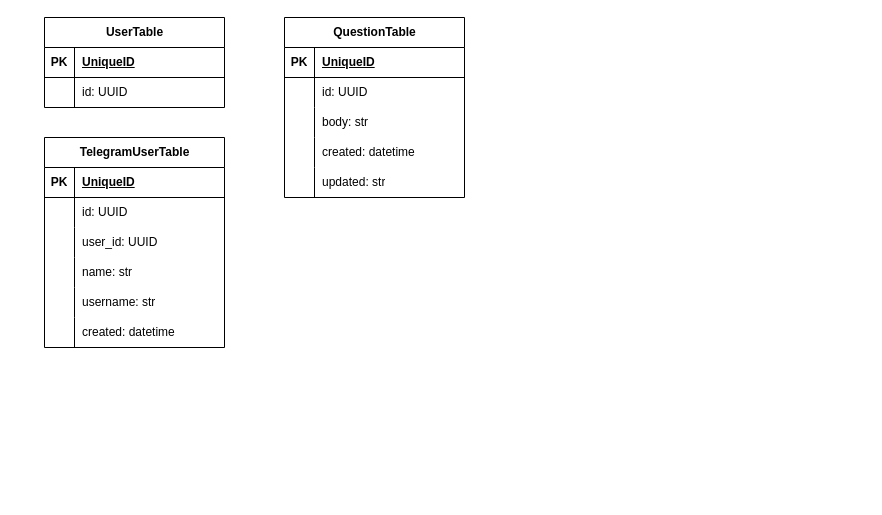
KmvRoman/Diagrams keeps this draw.io diagram as page "Страница — 3" (3 of 3) of match.drawio. Above is the earlier version. Source tidied: cells renumbered, new cells numbered last; positions are measured from the earlier drawing's top-left corner, leaving out a move shared by most shapes. Both pictures are drawn from the tidied source at 100%, with x=0, y=0 at pixel (44, 17).
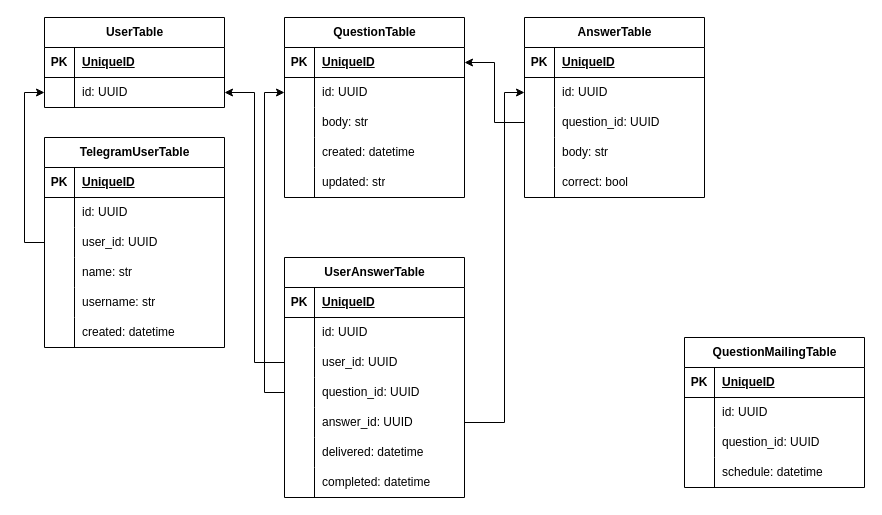
Above is the later version.

The change refers to these unchanged cells:
```xml
<mxCell id="6" style="shape=tableRow;horizontal=0;startSize=0;swimlaneHead=0;swimlaneBody=0;fillColor=none;points=[[0,0.5],[1,0.5]];portConstraint=eastwest;top=0;left=0;right=0;bottom=0;" parent="2" vertex="1">
  <mxGeometry y="60" width="180" height="30" as="geometry" />
</mxCell>
<mxCell id="16" style="shape=tableRow;horizontal=0;startSize=0;swimlaneHead=0;swimlaneBody=0;fillColor=none;points=[[0,0.5],[1,0.5]];portConstraint=eastwest;top=0;left=0;right=0;bottom=0;" parent="9" vertex="1">
  <mxGeometry y="90" width="180" height="30" as="geometry" />
</mxCell>
<mxCell id="29" style="shape=tableRow;horizontal=0;startSize=0;swimlaneHead=0;swimlaneBody=0;fillColor=none;points=[[0,0.5],[1,0.5]];portConstraint=eastwest;top=0;left=0;right=0;bottom=1;" parent="28" vertex="1">
  <mxGeometry y="30" width="180" height="30" as="geometry" />
</mxCell>
<mxCell id="32" style="shape=tableRow;horizontal=0;startSize=0;swimlaneHead=0;swimlaneBody=0;fillColor=none;points=[[0,0.5],[1,0.5]];portConstraint=eastwest;top=0;left=0;right=0;bottom=0;" parent="28" vertex="1">
  <mxGeometry y="60" width="180" height="30" as="geometry" />
</mxCell>
```

Diff of the diagram source:
```diff
@@
+    <mxCell id="44" value="AnswerTable" style="shape=table;startSize=30;childLayout=tableLayout;rowLines=0;fontStyle=1;align=center;html=1;" parent="1" vertex="1">
+      <mxGeometry x="480" width="180" height="180" as="geometry" />
+    </mxCell>
+    <mxCell id="45" style="shape=tableRow;horizontal=0;startSize=0;swimlaneHead=0;swimlaneBody=0;fillColor=none;top=0;left=0;right=0;bottom=1;" parent="44" vertex="1">
+      <mxGeometry y="30" width="180" height="30" as="geometry" />
+    </mxCell>
+    <mxCell id="46" value="PK" style="shape=partialRectangle;fillColor=none;top=0;left=0;bottom=0;right=0;fontStyle=1;overflow=hidden;whiteSpace=wrap;html=1;" parent="45" vertex="1">
+      <mxGeometry width="30" height="30" as="geometry" />
+    </mxCell>
+    <mxCell id="47" value="UniqueID" style="shape=partialRectangle;fillColor=none;top=0;left=0;bottom=0;right=0;align=left;spacingLeft=6;fontStyle=5;overflow=hidden;whiteSpace=wrap;html=1;" parent="45" vertex="1">
+      <mxGeometry x="30" width="150" height="30" as="geometry" />
+    </mxCell>
+    <mxCell id="48" style="shape=tableRow;horizontal=0;startSize=0;swimlaneHead=0;swimlaneBody=0;fillColor=none;points=[[0,0.5],[1,0.5]];portConstraint=eastwest;top=0;left=0;right=0;bottom=0;" parent="44" vertex="1">
+      <mxGeometry y="60" width="180" height="30" as="geometry" />
+    </mxCell>
+    <mxCell id="49" style="shape=partialRectangle;fillColor=none;top=0;left=0;bottom=0;right=0;overflow=hidden;whiteSpace=wrap;html=1;" parent="48" vertex="1">
+      <mxGeometry width="30" height="30" as="geometry" />
+    </mxCell>
+    <mxCell id="50" value="id: UUID" style="shape=partialRectangle;fillColor=none;top=0;left=0;bottom=0;right=0;align=left;spacingLeft=6;overflow=hidden;whiteSpace=wrap;html=1;" parent="48" vertex="1">
+      <mxGeometry x="30" width="150" height="30" as="geometry" />
+    </mxCell>
+    <mxCell id="51" style="shape=tableRow;horizontal=0;startSize=0;swimlaneHead=0;swimlaneBody=0;fillColor=none;points=[[0,0.5],[1,0.5]];portConstraint=eastwest;top=0;left=0;right=0;bottom=0;" parent="44" vertex="1">
+      <mxGeometry y="90" width="180" height="30" as="geometry" />
+    </mxCell>
+    <mxCell id="52" style="shape=partialRectangle;fillColor=none;top=0;left=0;bottom=0;right=0;overflow=hidden;whiteSpace=wrap;html=1;" parent="51" vertex="1">
+      <mxGeometry width="30" height="30" as="geometry" />
+    </mxCell>
+    <mxCell id="53" value="question_id: UUID" style="shape=partialRectangle;fillColor=none;top=0;left=0;bottom=0;right=0;align=left;spacingLeft=6;overflow=hidden;whiteSpace=wrap;html=1;" parent="51" vertex="1">
+      <mxGeometry x="30" width="150" height="30" as="geometry" />
+    </mxCell>
+    <mxCell id="54" style="shape=tableRow;horizontal=0;startSize=0;swimlaneHead=0;swimlaneBody=0;fillColor=none;top=0;left=0;right=0;bottom=0;" parent="44" vertex="1">
+      <mxGeometry y="120" width="180" height="30" as="geometry" />
+    </mxCell>
+    <mxCell id="55" style="shape=partialRectangle;fillColor=none;top=0;left=0;bottom=0;right=0;overflow=hidden;whiteSpace=wrap;html=1;" parent="54" vertex="1">
+      <mxGeometry width="30" height="30" as="geometry" />
+    </mxCell>
+    <mxCell id="56" value="body: str" style="shape=partialRectangle;fillColor=none;top=0;left=0;bottom=0;right=0;align=left;spacingLeft=6;overflow=hidden;whiteSpace=wrap;html=1;" parent="54" vertex="1">
+      <mxGeometry x="30" width="150" height="30" as="geometry" />
+    </mxCell>
+    <mxCell id="57" style="shape=tableRow;horizontal=0;startSize=0;swimlaneHead=0;swimlaneBody=0;fillColor=none;top=0;left=0;right=0;bottom=0;" parent="44" vertex="1">
+      <mxGeometry y="150" width="180" height="30" as="geometry" />
+    </mxCell>
+    <mxCell id="58" style="shape=partialRectangle;fillColor=none;top=0;left=0;bottom=0;right=0;overflow=hidden;whiteSpace=wrap;html=1;" parent="57" vertex="1">
+      <mxGeometry width="30" height="30" as="geometry" />
+    </mxCell>
+    <mxCell id="59" value="correct: bool" style="shape=partialRectangle;fillColor=none;top=0;left=0;bottom=0;right=0;align=left;spacingLeft=6;overflow=hidden;whiteSpace=wrap;html=1;" parent="57" vertex="1">
+      <mxGeometry x="30" width="150" height="30" as="geometry" />
+    </mxCell>
+    <mxCell id="60" style="edgeStyle=orthogonalEdgeStyle;rounded=0;jettySize=auto;html=1;entryX=1;entryY=0.5;entryDx=0;entryDy=0;" parent="1" edge="1" source="51" target="29">
+      <mxGeometry relative="1" as="geometry" />
+    </mxCell>
+    <mxCell id="61" style="edgeStyle=orthogonalEdgeStyle;rounded=0;jettySize=auto;html=1;entryX=0;entryY=0.5;entryDx=0;entryDy=0;" parent="1" edge="1" source="16" target="6">
+      <mxGeometry relative="1" as="geometry" />
+    </mxCell>
+    <mxCell id="62" value="UserAnswerTable" style="shape=table;startSize=30;childLayout=tableLayout;rowLines=0;fontStyle=1;align=center;html=1;" parent="1" vertex="1">
+      <mxGeometry x="240" y="240" width="180" height="240" as="geometry" />
+    </mxCell>
+    <mxCell id="63" style="shape=tableRow;horizontal=0;startSize=0;swimlaneHead=0;swimlaneBody=0;fillColor=none;top=0;left=0;right=0;bottom=1;" parent="62" vertex="1">
+      <mxGeometry y="30" width="180" height="30" as="geometry" />
+    </mxCell>
+    <mxCell id="64" value="PK" style="shape=partialRectangle;fillColor=none;top=0;left=0;bottom=0;right=0;fontStyle=1;overflow=hidden;whiteSpace=wrap;html=1;" parent="63" vertex="1">
+      <mxGeometry width="30" height="30" as="geometry" />
+    </mxCell>
+    <mxCell id="65" value="UniqueID" style="shape=partialRectangle;fillColor=none;top=0;left=0;bottom=0;right=0;align=left;spacingLeft=6;fontStyle=5;overflow=hidden;whiteSpace=wrap;html=1;" parent="63" vertex="1">
+      <mxGeometry x="30" width="150" height="30" as="geometry" />
+    </mxCell>
+    <mxCell id="66" style="shape=tableRow;horizontal=0;startSize=0;swimlaneHead=0;swimlaneBody=0;fillColor=none;top=0;left=0;right=0;bottom=0;" parent="62" vertex="1">
+      <mxGeometry y="60" width="180" height="30" as="geometry" />
+    </mxCell>
+    <mxCell id="67" style="shape=partialRectangle;fillColor=none;top=0;left=0;bottom=0;right=0;overflow=hidden;whiteSpace=wrap;html=1;" parent="66" vertex="1">
+      <mxGeometry width="30" height="30" as="geometry" />
+    </mxCell>
+    <mxCell id="68" value="id: UUID" style="shape=partialRectangle;fillColor=none;top=0;left=0;bottom=0;right=0;align=left;spacingLeft=6;overflow=hidden;whiteSpace=wrap;html=1;" parent="66" vertex="1">
+      <mxGeometry x="30" width="150" height="30" as="geometry" />
+    </mxCell>
+    <mxCell id="69" style="shape=tableRow;horizontal=0;startSize=0;swimlaneHead=0;swimlaneBody=0;fillColor=none;points=[[0,0.5],[1,0.5]];portConstraint=eastwest;top=0;left=0;right=0;bottom=0;" parent="62" vertex="1">
+      <mxGeometry y="90" width="180" height="30" as="geometry" />
+    </mxCell>
+    <mxCell id="70" style="shape=partialRectangle;fillColor=none;top=0;left=0;bottom=0;right=0;overflow=hidden;whiteSpace=wrap;html=1;" parent="69" vertex="1">
+      <mxGeometry width="30" height="30" as="geometry" />
+    </mxCell>
+    <mxCell id="71" value="user_id: UUID" style="shape=partialRectangle;fillColor=none;top=0;left=0;bottom=0;right=0;align=left;spacingLeft=6;overflow=hidden;whiteSpace=wrap;html=1;" parent="69" vertex="1">
+      <mxGeometry x="30" width="150" height="30" as="geometry" />
+    </mxCell>
+    <mxCell id="72" style="shape=tableRow;horizontal=0;startSize=0;swimlaneHead=0;swimlaneBody=0;fillColor=none;points=[[0,0.5],[1,0.5]];portConstraint=eastwest;top=0;left=0;right=0;bottom=0;" parent="62" vertex="1">
+      <mxGeometry y="120" width="180" height="30" as="geometry" />
+    </mxCell>
+    <mxCell id="73" style="shape=partialRectangle;fillColor=none;top=0;left=0;bottom=0;right=0;overflow=hidden;whiteSpace=wrap;html=1;" parent="72" vertex="1">
+      <mxGeometry width="30" height="30" as="geometry" />
+    </mxCell>
+    <mxCell id="74" value="question_id: UUID" style="shape=partialRectangle;fillColor=none;top=0;left=0;bottom=0;right=0;align=left;spacingLeft=6;overflow=hidden;whiteSpace=wrap;html=1;" parent="72" vertex="1">
+      <mxGeometry x="30" width="150" height="30" as="geometry" />
+    </mxCell>
+    <mxCell id="75" style="shape=tableRow;horizontal=0;startSize=0;swimlaneHead=0;swimlaneBody=0;fillColor=none;points=[[0,0.5],[1,0.5]];portConstraint=eastwest;top=0;left=0;right=0;bottom=0;" parent="62" vertex="1">
+      <mxGeometry y="150" width="180" height="30" as="geometry" />
+    </mxCell>
+    <mxCell id="76" style="shape=partialRectangle;fillColor=none;top=0;left=0;bottom=0;right=0;overflow=hidden;whiteSpace=wrap;html=1;" parent="75" vertex="1">
+      <mxGeometry width="30" height="30" as="geometry" />
+    </mxCell>
+    <mxCell id="77" value="answer_id: UUID" style="shape=partialRectangle;fillColor=none;top=0;left=0;bottom=0;right=0;align=left;spacingLeft=6;overflow=hidden;whiteSpace=wrap;html=1;" parent="75" vertex="1">
+      <mxGeometry x="30" width="150" height="30" as="geometry" />
+    </mxCell>
+    <mxCell id="78" style="shape=tableRow;horizontal=0;startSize=0;swimlaneHead=0;swimlaneBody=0;fillColor=none;top=0;left=0;right=0;bottom=0;" parent="62" vertex="1">
+      <mxGeometry y="180" width="180" height="30" as="geometry" />
+    </mxCell>
+    <mxCell id="79" style="shape=partialRectangle;fillColor=none;top=0;left=0;bottom=0;right=0;overflow=hidden;whiteSpace=wrap;html=1;" parent="78" vertex="1">
+      <mxGeometry width="30" height="30" as="geometry" />
+    </mxCell>
+    <mxCell id="80" value="delivered: datetime" style="shape=partialRectangle;fillColor=none;top=0;left=0;bottom=0;right=0;align=left;spacingLeft=6;overflow=hidden;whiteSpace=wrap;html=1;" parent="78" vertex="1">
+      <mxGeometry x="30" width="150" height="30" as="geometry" />
+    </mxCell>
+    <mxCell id="81" style="shape=tableRow;horizontal=0;startSize=0;swimlaneHead=0;swimlaneBody=0;fillColor=none;top=0;left=0;right=0;bottom=0;" parent="62" vertex="1">
+      <mxGeometry y="210" width="180" height="30" as="geometry" />
+    </mxCell>
+    <mxCell id="82" style="shape=partialRectangle;fillColor=none;top=0;left=0;bottom=0;right=0;overflow=hidden;whiteSpace=wrap;html=1;" parent="81" vertex="1">
+      <mxGeometry width="30" height="30" as="geometry" />
+    </mxCell>
+    <mxCell id="83" value="completed: datetime" style="shape=partialRectangle;fillColor=none;top=0;left=0;bottom=0;right=0;align=left;spacingLeft=6;overflow=hidden;whiteSpace=wrap;html=1;" parent="81" vertex="1">
+      <mxGeometry x="30" width="150" height="30" as="geometry" />
+    </mxCell>
+    <mxCell id="84" style="edgeStyle=orthogonalEdgeStyle;rounded=0;jettySize=auto;html=1;entryX=0;entryY=0.5;entryDx=0;entryDy=0;" parent="1" edge="1" source="75" target="48">
+      <mxGeometry relative="1" as="geometry">
+        <Array as="points">
+          <mxPoint x="460" y="405" />
+          <mxPoint x="460" y="75" />
+        </Array>
+      </mxGeometry>
+    </mxCell>
+    <mxCell id="85" style="edgeStyle=orthogonalEdgeStyle;rounded=0;jettySize=auto;html=1;entryX=0;entryY=0.5;entryDx=0;entryDy=0;" parent="1" edge="1" source="72" target="32">
+      <mxGeometry relative="1" as="geometry" />
+    </mxCell>
+    <mxCell id="86" style="edgeStyle=orthogonalEdgeStyle;rounded=0;jettySize=auto;html=1;entryX=1;entryY=0.5;entryDx=0;entryDy=0;" parent="1" edge="1" source="69" target="6">
+      <mxGeometry relative="1" as="geometry" />
+    </mxCell>
+    <mxCell id="87" value="QuestionMailingTable" style="shape=table;startSize=30;childLayout=tableLayout;rowLines=0;fontStyle=1;align=center;html=1;" parent="1" vertex="1">
+      <mxGeometry x="640" y="320" width="180" height="150" as="geometry" />
+    </mxCell>
+    <mxCell id="88" style="shape=tableRow;horizontal=0;startSize=0;swimlaneHead=0;swimlaneBody=0;fillColor=none;top=0;left=0;right=0;bottom=1;" parent="87" vertex="1">
+      <mxGeometry y="30" width="180" height="30" as="geometry" />
+    </mxCell>
+    <mxCell id="89" value="PK" style="shape=partialRectangle;fillColor=none;top=0;left=0;bottom=0;right=0;fontStyle=1;overflow=hidden;whiteSpace=wrap;html=1;" parent="88" vertex="1">
+      <mxGeometry width="30" height="30" as="geometry" />
+    </mxCell>
+    <mxCell id="90" value="UniqueID" style="shape=partialRectangle;fillColor=none;top=0;left=0;bottom=0;right=0;align=left;spacingLeft=6;fontStyle=5;overflow=hidden;whiteSpace=wrap;html=1;" parent="88" vertex="1">
+      <mxGeometry x="30" width="150" height="30" as="geometry" />
+    </mxCell>
+    <mxCell id="91" style="shape=tableRow;horizontal=0;startSize=0;swimlaneHead=0;swimlaneBody=0;fillColor=none;top=0;left=0;right=0;bottom=0;" parent="87" vertex="1">
+      <mxGeometry y="60" width="180" height="30" as="geometry" />
+    </mxCell>
+    <mxCell id="92" style="shape=partialRectangle;fillColor=none;top=0;left=0;bottom=0;right=0;overflow=hidden;whiteSpace=wrap;html=1;" parent="91" vertex="1">
+      <mxGeometry width="30" height="30" as="geometry" />
+    </mxCell>
+    <mxCell id="93" value="id: UUID" style="shape=partialRectangle;fillColor=none;top=0;left=0;bottom=0;right=0;align=left;spacingLeft=6;overflow=hidden;whiteSpace=wrap;html=1;" parent="91" vertex="1">
+      <mxGeometry x="30" width="150" height="30" as="geometry" />
+    </mxCell>
+    <mxCell id="94" style="shape=tableRow;horizontal=0;startSize=0;swimlaneHead=0;swimlaneBody=0;fillColor=none;top=0;left=0;right=0;bottom=0;" parent="87" vertex="1">
+      <mxGeometry y="90" width="180" height="30" as="geometry" />
+    </mxCell>
+    <mxCell id="95" style="shape=partialRectangle;fillColor=none;top=0;left=0;bottom=0;right=0;overflow=hidden;whiteSpace=wrap;html=1;" parent="94" vertex="1">
+      <mxGeometry width="30" height="30" as="geometry" />
+    </mxCell>
+    <mxCell id="96" value="question_id: UUID" style="shape=partialRectangle;fillColor=none;top=0;left=0;bottom=0;right=0;align=left;spacingLeft=6;overflow=hidden;whiteSpace=wrap;html=1;" parent="94" vertex="1">
+      <mxGeometry x="30" width="150" height="30" as="geometry" />
+    </mxCell>
+    <mxCell id="97" style="shape=tableRow;horizontal=0;startSize=0;swimlaneHead=0;swimlaneBody=0;fillColor=none;top=0;left=0;right=0;bottom=0;" parent="87" vertex="1">
+      <mxGeometry y="120" width="180" height="30" as="geometry" />
+    </mxCell>
+    <mxCell id="98" style="shape=partialRectangle;fillColor=none;top=0;left=0;bottom=0;right=0;overflow=hidden;whiteSpace=wrap;html=1;" parent="97" vertex="1">
+      <mxGeometry width="30" height="30" as="geometry" />
+    </mxCell>
+    <mxCell id="99" value="schedule: datetime" style="shape=partialRectangle;fillColor=none;top=0;left=0;bottom=0;right=0;align=left;spacingLeft=6;overflow=hidden;whiteSpace=wrap;html=1;" parent="97" vertex="1">
+      <mxGeometry x="30" width="150" height="30" as="geometry" />
+    </mxCell>
```
